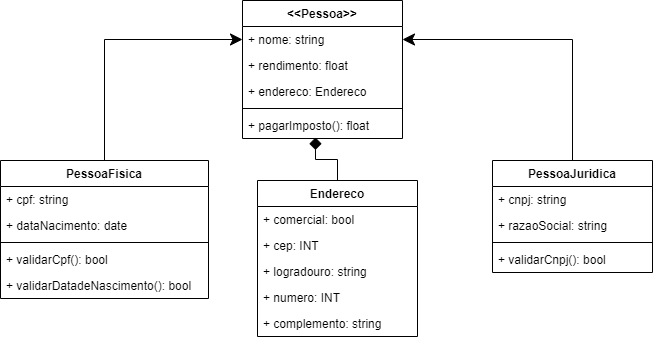
Before: src/assets/img/Untitled Diagram.drawio.png, a diagram exported from draw.io (ismaeldev96/GameMania). Source tidied: cells renumbered, new cells last; positions are measured from the earlier drawing's top-left corner, leaving out a move shared by most shapes.
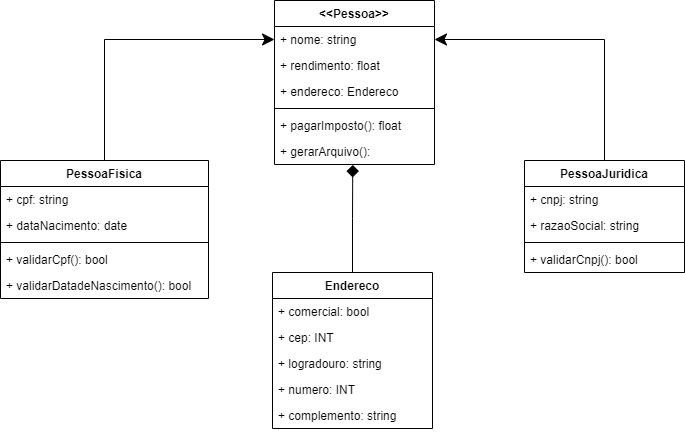
After the commit.

The edit, as a diff of the source:
```diff
@@ -6,7 +6,7 @@
       <mxGeometry relative="1" as="geometry" />
     </mxCell>
     <mxCell id="3" value="PessoaFisica" style="swimlane;fontStyle=1;align=center;verticalAlign=top;horizontal=1;startSize=26;" parent="1" vertex="1">
-      <mxGeometry y="160" width="208" height="138" as="geometry" />
+      <mxGeometry x="-32" y="160" width="208" height="138" as="geometry" />
     </mxCell>
     <mxCell id="4" value="+ cpf: string" style="text;strokeColor=none;fillColor=none;align=left;verticalAlign=top;spacingLeft=4;spacingRight=4;overflow=hidden;" parent="3" vertex="1">
       <mxGeometry y="26" width="208" height="26" as="geometry" />
@@ -42,7 +42,7 @@
       <mxGeometry y="86" width="160" height="26" as="geometry" />
     </mxCell>
     <mxCell id="15" value="&lt;&lt;Pessoa&gt;&gt;" style="swimlane;fontStyle=1;align=center;verticalAlign=top;horizontal=1;startSize=26;" parent="1" vertex="1">
-      <mxGeometry x="242" width="160" height="138" as="geometry" />
+      <mxGeometry x="242" width="160" height="164" as="geometry" />
     </mxCell>
     <mxCell id="16" value="+ nome: string&#10;" style="text;strokeColor=none;fillColor=none;align=left;verticalAlign=top;spacingLeft=4;spacingRight=4;overflow=hidden;points=[[0,0.5],[1,0.5]];portConstraint=eastwest;" parent="15" vertex="1">
       <mxGeometry y="26" width="160" height="26" as="geometry" />
@@ -56,14 +56,17 @@
     <mxCell id="19" style="line;strokeWidth=1;fillColor=none;align=left;verticalAlign=middle;spacingTop=-1;spacingLeft=3;spacingRight=3;labelPosition=right;" parent="15" vertex="1">
       <mxGeometry y="104" width="160" height="8" as="geometry" />
     </mxCell>
-    <mxCell id="20" value="+ pagarImposto(): float " style="text;strokeColor=none;fillColor=none;align=left;verticalAlign=top;spacingLeft=4;spacingRight=4;overflow=hidden;points=[[0,0.5],[1,0.5]];portConstraint=eastwest;" parent="15" vertex="1">
+    <mxCell id="20" value="+ pagarImposto(): float &#10;" style="text;strokeColor=none;fillColor=none;align=left;verticalAlign=top;spacingLeft=4;spacingRight=4;overflow=hidden;points=[[0,0.5],[1,0.5]];portConstraint=eastwest;" parent="15" vertex="1">
       <mxGeometry y="112" width="160" height="26" as="geometry" />
     </mxCell>
+    <mxCell id="28" value="+ gerarArquivo():  &#10;" style="text;strokeColor=none;fillColor=none;align=left;verticalAlign=top;spacingLeft=4;spacingRight=4;overflow=hidden;points=[[0,0.5],[1,0.5]];portConstraint=eastwest;" parent="15" vertex="1">
+      <mxGeometry y="138" width="160" height="26" as="geometry" />
+    </mxCell>
-    <mxCell id="21" style="edgeStyle=orthogonalEdgeStyle;rounded=0;jettySize=auto;html=1;entryX=0.456;entryY=0.962;entryDx=0;entryDy=0;entryPerimeter=0;endArrow=diamond;endFill=1;endSize=10;" parent="1" edge="1" source="22" target="20">
+    <mxCell id="21" style="edgeStyle=orthogonalEdgeStyle;rounded=0;jettySize=auto;html=1;endArrow=diamond;endFill=1;endSize=10;entryX=0.489;entryY=1.018;entryDx=0;entryDy=0;entryPerimeter=0;" parent="1" edge="1" source="22" target="28">
       <mxGeometry relative="1" as="geometry" />
     </mxCell>
     <mxCell id="22" value="Endereco" style="swimlane;fontStyle=1;align=center;verticalAlign=top;horizontal=1;startSize=26;" parent="1" vertex="1">
-      <mxGeometry x="257" y="180" width="160" height="156" as="geometry" />
+      <mxGeometry x="240" y="272" width="160" height="156" as="geometry" />
     </mxCell>
     <mxCell id="23" value="+ comercial: bool" style="text;strokeColor=none;fillColor=none;align=left;verticalAlign=top;spacingLeft=4;spacingRight=4;overflow=hidden;" parent="22" vertex="1">
       <mxGeometry y="26" width="160" height="26" as="geometry" />
```
